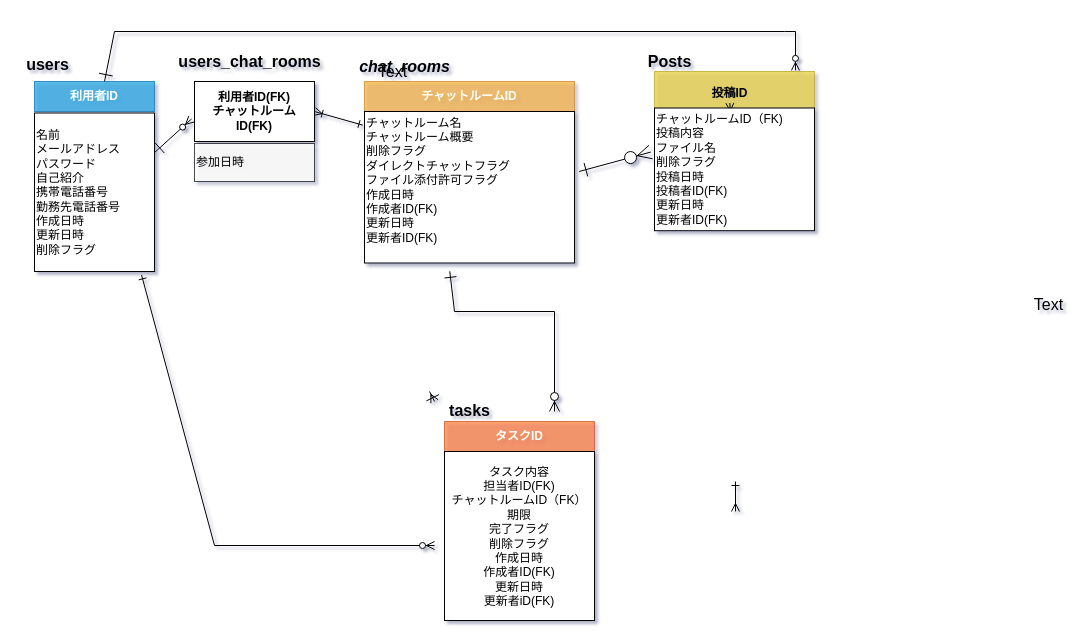
Earlier version of the draw.io diagram db/db-challenge1/db-challenge1.drawio (Yuina1012/quelcode-db). Source tidied: cells renumbered, new cells numbered last; positions are measured from the earlier drawing's top-left corner, leaving out a move shared by most shapes. Both pictures are drawn from the tidied source at 100%, with x=0, y=0 at pixel (17, 31).
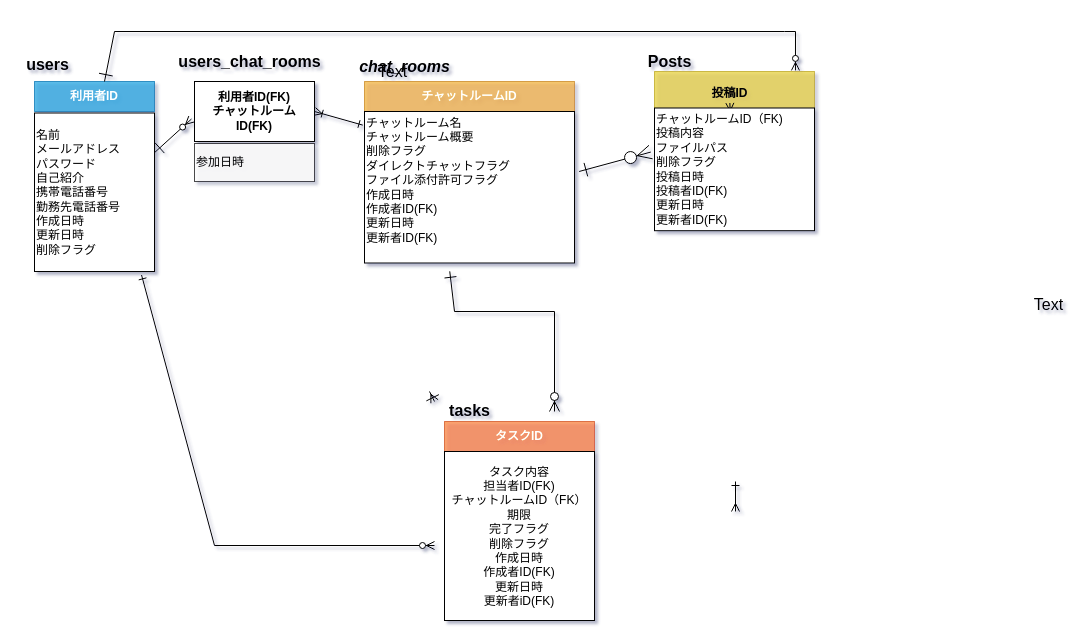
The same page after the edit.

Commit message:
Posts ファイル名→ファイルパスに改訂

The change refers to these unchanged cells:
```xml
<mxCell id="13" style="rounded=0;whiteSpace=wrap;html=1;fillColor=#e3c800;strokeColor=#B09500;fontColor=#ffffff;opacity=60;" parent="1" vertex="1">
  <mxGeometry x="637" y="40" width="160" height="157" as="geometry" />
</mxCell>
```

What changed in the source:
```diff
@@
-    <mxCell id="16" value="チャットルームID（FK)&lt;br&gt;投稿内容&lt;br&gt;ファイル名&lt;br&gt;削除フラグ&lt;br&gt;投稿日時&lt;br&gt;投稿者ID(FK)&lt;br&gt;更新日時&lt;br&gt;更新者ID(FK)" style="rounded=0;whiteSpace=wrap;html=1;align=left;" parent="13" vertex="1">
+    <mxCell id="16" value="チャットルームID（FK)&lt;br&gt;投稿内容&lt;br&gt;ファイルパス&lt;br&gt;削除フラグ&lt;br&gt;投稿日時&lt;br&gt;投稿者ID(FK)&lt;br&gt;更新日時&lt;br&gt;更新者ID(FK)" style="rounded=0;whiteSpace=wrap;html=1;align=left;" parent="13" vertex="1">
       <mxGeometry y="36.5" width="160" height="122.7" as="geometry" />
     </mxCell>
```
